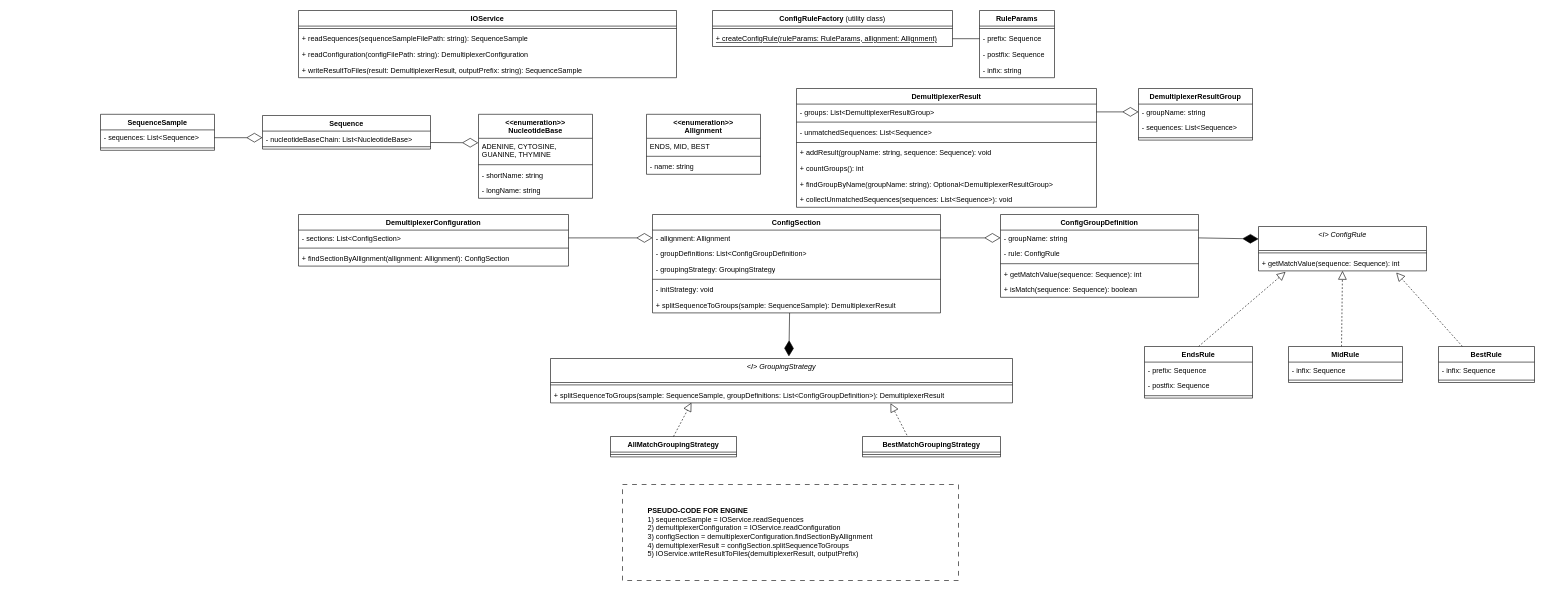
Earlier version of the draw.io diagram uml.drawio (bodroghykristof/omixon-demultiplexer). Source tidied: cells renumbered, new cells numbered last; positions are measured from the earlier drawing's top-left corner, leaving out a move shared by most shapes. Both pictures are drawn from the tidied source at 60%, with x=0, y=0 at pixel (100, 10).
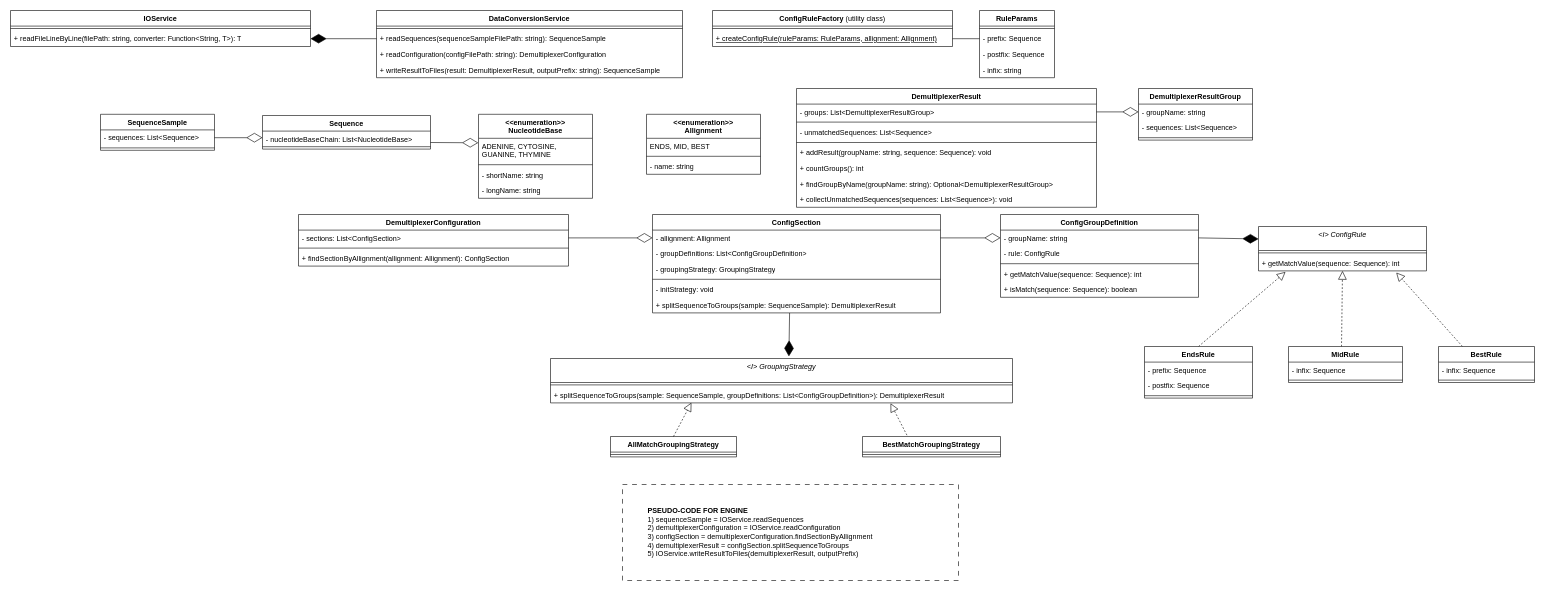
The same diagram, later.

Commit message (it also covers changes not shown here):
refactor: separate DataConversionService from IOService

What changed in the source:
```diff
@@
     <mxCell id="2" value="IOService" style="swimlane;fontStyle=1;align=center;verticalAlign=top;horizontal=1;startSize=26;whiteSpace=wrap;html=1;" parent="1" vertex="1">
-      <mxGeometry x="330" width="630" height="112" as="geometry" />
+      <mxGeometry x="-150" width="500" height="60" as="geometry" />
     </mxCell>
     <mxCell id="3" style="line;strokeWidth=1;fillColor=none;align=left;verticalAlign=middle;spacingTop=-1;spacingLeft=3;spacingRight=3;labelPosition=right;strokeColor=inherit;" parent="2" vertex="1">
-      <mxGeometry y="26" width="630" height="8" as="geometry" />
+      <mxGeometry y="26" width="500" height="8" as="geometry" />
     </mxCell>
-    <mxCell id="4" value="+ readSequences(sequenceSampleFilePath: string): SequenceSample" style="text;strokeColor=none;fillColor=none;align=left;verticalAlign=top;spacingLeft=4;spacingRight=4;overflow=hidden;points=[[0,0.5],[1,0.5]];portConstraint=eastwest;whiteSpace=wrap;html=1;" parent="2" vertex="1">
-      <mxGeometry y="34" width="630" height="26" as="geometry" />
+    <mxCell id="4" value="+ readFileLineByLine(filePath: string, converter: Function&amp;lt;String, T&amp;gt;): T" style="text;strokeColor=none;fillColor=none;align=left;verticalAlign=top;spacingLeft=4;spacingRight=4;overflow=hidden;points=[[0,0.5],[1,0.5]];portConstraint=eastwest;whiteSpace=wrap;html=1;" parent="2" vertex="1">
+      <mxGeometry y="34" width="500" height="26" as="geometry" />
     </mxCell>
-    <mxCell id="5" value="+ readConfiguration(configFilePath: string): DemultiplexerConfiguration" style="text;strokeColor=none;fillColor=none;align=left;verticalAlign=top;spacingLeft=4;spacingRight=4;overflow=hidden;whiteSpace=wrap;html=1;" parent="2" vertex="1">
-      <mxGeometry y="60" width="630" height="26" as="geometry" />
-    </mxCell>
-    <mxCell id="6" value="+ writeResultToFiles(result: DemultiplexerResult, outputPrefix: string): SequenceSample" style="text;strokeColor=none;fillColor=none;align=left;verticalAlign=top;spacingLeft=4;spacingRight=4;overflow=hidden;whiteSpace=wrap;html=1;" parent="2" vertex="1">
-      <mxGeometry y="86" width="630" height="26" as="geometry" />
-    </mxCell>
@@
+    <mxCell id="94" value="DataConversionService" style="swimlane;fontStyle=1;align=center;verticalAlign=top;horizontal=1;startSize=26;whiteSpace=wrap;html=1;" parent="1" vertex="1">
+      <mxGeometry x="460" width="510" height="112" as="geometry" />
+    </mxCell>
+    <mxCell id="95" style="line;strokeWidth=1;fillColor=none;align=left;verticalAlign=middle;spacingTop=-1;spacingLeft=3;spacingRight=3;labelPosition=right;strokeColor=inherit;" parent="94" vertex="1">
+      <mxGeometry y="26" width="510" height="8" as="geometry" />
+    </mxCell>
+    <mxCell id="96" value="+ readSequences(sequenceSampleFilePath: string): SequenceSample" style="text;strokeColor=none;fillColor=none;align=left;verticalAlign=top;spacingLeft=4;spacingRight=4;overflow=hidden;points=[[0,0.5],[1,0.5]];portConstraint=eastwest;whiteSpace=wrap;html=1;" parent="94" vertex="1">
+      <mxGeometry y="34" width="510" height="26" as="geometry" />
+    </mxCell>
+    <mxCell id="5" value="+ readConfiguration(configFilePath: string): DemultiplexerConfiguration" style="text;strokeColor=none;fillColor=none;align=left;verticalAlign=top;spacingLeft=4;spacingRight=4;overflow=hidden;whiteSpace=wrap;html=1;" parent="94" vertex="1">
+      <mxGeometry y="60" width="510" height="26" as="geometry" />
+    </mxCell>
+    <mxCell id="6" value="+ writeResultToFiles(result: DemultiplexerResult, outputPrefix: string): SequenceSample" style="text;strokeColor=none;fillColor=none;align=left;verticalAlign=top;spacingLeft=4;spacingRight=4;overflow=hidden;whiteSpace=wrap;html=1;" parent="94" vertex="1">
+      <mxGeometry y="86" width="510" height="26" as="geometry" />
+    </mxCell>
+    <mxCell id="97" style="endArrow=diamondThin;endFill=1;endSize=24;html=1;rounded=0;entryX=1;entryY=0.5;entryDx=0;entryDy=0;exitX=0;exitY=0.5;exitDx=0;exitDy=0;" parent="1" edge="1" source="96" target="4">
+      <mxGeometry relative="1" as="geometry" />
+    </mxCell>
```
